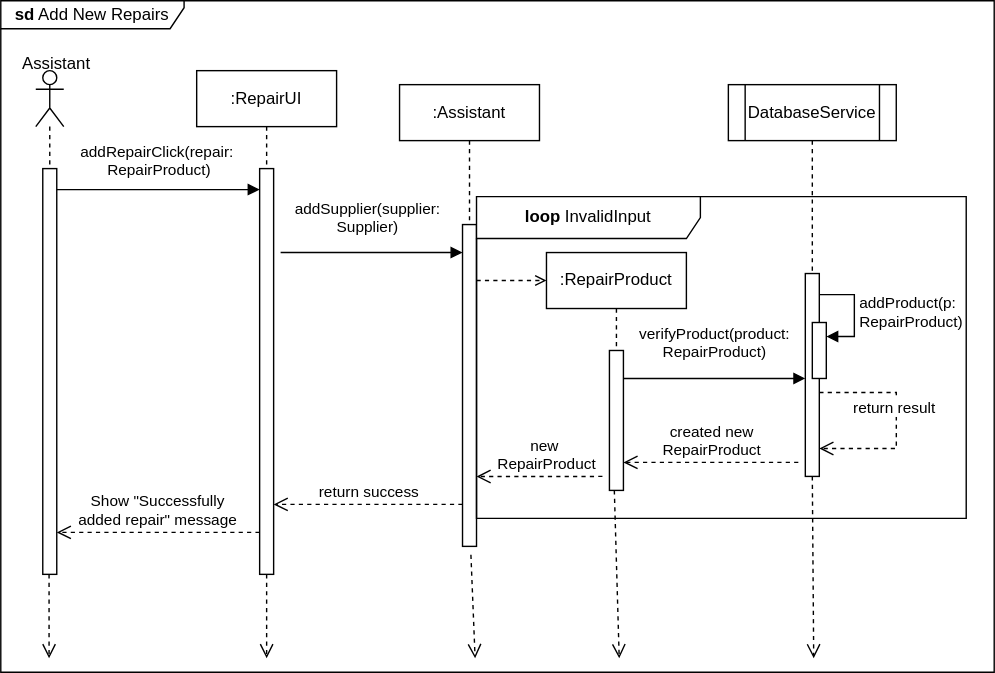
Before: Add New Repairs.svg, a diagram exported from draw.io (Simamkele88/IFM3_GP). Source tidied: cells renumbered, new cells last; positions are measured from the earlier drawing's top-left corner, leaving out a move shared by most shapes.
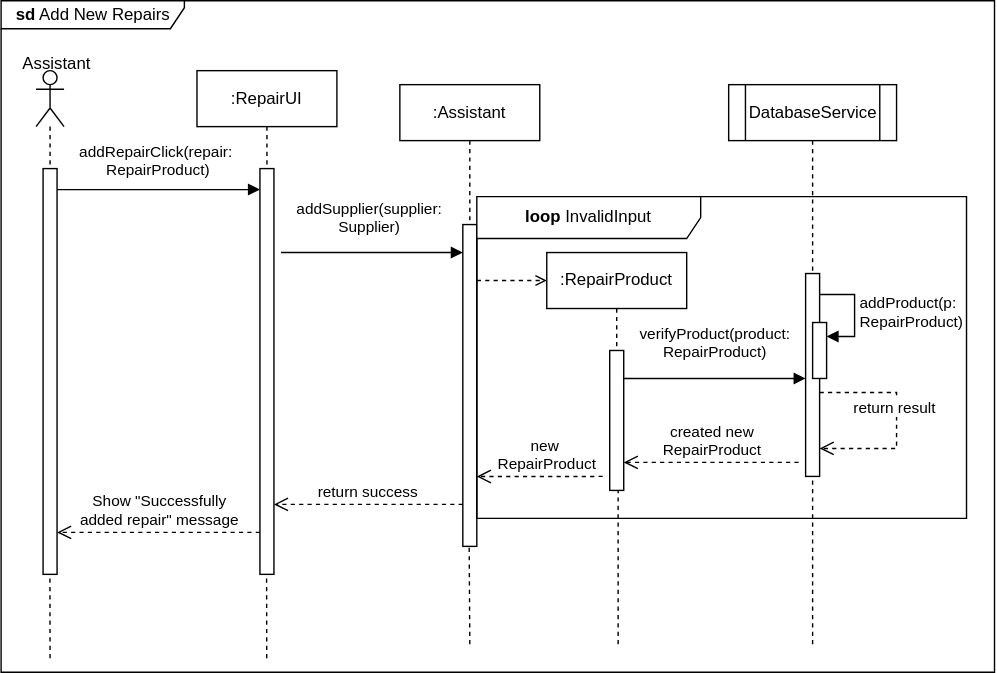
The same file after the commit.

What changed in the source:
```diff
@@ -39,16 +39,6 @@
     <mxCell id="12" style="html=1;verticalAlign=bottom;endArrow=none;dashed=1;endSize=8;curved=0;rounded=0;startFill=0;exitX=0.5;exitY=1;exitDx=0;exitDy=0;" parent="1" edge="1" source="10" target="11">
       <mxGeometry relative="1" as="geometry" />
     </mxCell>
-    <mxCell id="13" style="html=1;verticalAlign=bottom;endArrow=open;dashed=1;endSize=8;curved=0;rounded=0;" parent="1" edge="1" source="5">
-      <mxGeometry relative="1" as="geometry">
-        <mxPoint x="190" y="470" as="targetPoint" />
-      </mxGeometry>
-    </mxCell>
-    <mxCell id="14" style="html=1;verticalAlign=bottom;endArrow=open;dashed=1;endSize=8;curved=0;rounded=0;exitX=0.6;exitY=1.026;exitDx=0;exitDy=0;exitPerimeter=0;" parent="1" edge="1" source="9">
-      <mxGeometry relative="1" as="geometry">
-        <mxPoint x="339" y="470" as="targetPoint" />
-      </mxGeometry>
-    </mxCell>
     <mxCell id="15" value="return result&amp;nbsp;" style="html=1;verticalAlign=bottom;endArrow=open;dashed=1;endSize=8;rounded=0;edgeStyle=orthogonalEdgeStyle;" parent="1" edge="1" source="11" target="11">
       <mxGeometry relative="1" as="geometry">
         <Array as="points">
@@ -68,17 +58,17 @@
         <mxPoint x="230" y="190" as="sourcePoint" />
       </mxGeometry>
     </mxCell>
-    <mxCell id="19" style="html=1;verticalAlign=bottom;endArrow=open;dashed=1;endSize=8;curved=0;rounded=0;exitX=0.6;exitY=1.026;exitDx=0;exitDy=0;exitPerimeter=0;" parent="17" edge="1">
-      <mxGeometry relative="1" as="geometry">
-        <mxPoint x="240" y="200" as="sourcePoint" />
-        <mxPoint x="241" y="330" as="targetPoint" />
-      </mxGeometry>
-    </mxCell>
     <mxCell id="20" value="new&amp;nbsp;&lt;div&gt;RepairProduct&lt;/div&gt;" style="html=1;verticalAlign=bottom;endArrow=open;dashed=1;endSize=8;curved=0;rounded=0;entryX=0;entryY=0.87;entryDx=0;entryDy=0;entryPerimeter=0;" parent="17" edge="1" target="17">
       <mxGeometry x="-0.11" relative="1" as="geometry">
         <mxPoint x="90" y="200" as="sourcePoint" />
       </mxGeometry>
     </mxCell>
+    <mxCell id="32" style="endArrow=none;dashed=1;html=1;rounded=0;" parent="17" edge="1">
+      <mxGeometry relative="1" as="geometry">
+        <mxPoint x="101" y="320" as="sourcePoint" />
+        <mxPoint x="101" y="210" as="targetPoint" />
+      </mxGeometry>
+    </mxCell>
     <mxCell id="21" value="return success" style="html=1;verticalAlign=bottom;endArrow=open;dashed=1;endSize=8;curved=0;rounded=0;" parent="1" edge="1">
       <mxGeometry relative="1" as="geometry">
         <mxPoint x="330" y="360" as="sourcePoint" />
@@ -126,17 +116,29 @@
         <mxPoint x="445" y="270" as="sourcePoint" />
       </mxGeometry>
     </mxCell>
-    <mxCell id="30" style="html=1;verticalAlign=bottom;endArrow=open;dashed=1;endSize=8;curved=0;rounded=0;exitX=0.6;exitY=1.026;exitDx=0;exitDy=0;exitPerimeter=0;" parent="1" edge="1">
-      <mxGeometry relative="1" as="geometry">
-        <mxPoint x="438.5" y="350" as="sourcePoint" />
-        <mxPoint x="442" y="470" as="targetPoint" />
-      </mxGeometry>
-    </mxCell>
-    <mxCell id="31" style="html=1;verticalAlign=bottom;endArrow=open;dashed=1;endSize=8;curved=0;rounded=0;" parent="1" edge="1">
-      <mxGeometry relative="1" as="geometry">
-        <mxPoint x="34.5" y="410" as="sourcePoint" />
-        <mxPoint x="34.5" y="470" as="targetPoint" />
-      </mxGeometry>
-    </mxCell>
+    <mxCell id="33" style="endArrow=none;dashed=1;html=1;rounded=0;" parent="1" edge="1">
+      <mxGeometry relative="1" as="geometry">
+        <mxPoint x="35" y="470" as="sourcePoint" />
+        <mxPoint x="34.9" y="410" as="targetPoint" />
+      </mxGeometry>
+    </mxCell>
+    <mxCell id="34" style="endArrow=none;dashed=1;html=1;rounded=0;" parent="1" edge="1">
+      <mxGeometry relative="1" as="geometry">
+        <mxPoint x="189.9" y="470" as="sourcePoint" />
+        <mxPoint x="189.8" y="410" as="targetPoint" />
+      </mxGeometry>
+    </mxCell>
+    <mxCell id="35" style="endArrow=none;dashed=1;html=1;rounded=0;" parent="1" edge="1">
+      <mxGeometry relative="1" as="geometry">
+        <mxPoint x="335" y="460" as="sourcePoint" />
+        <mxPoint x="334.5" y="390" as="targetPoint" />
+      </mxGeometry>
+    </mxCell>
+    <mxCell id="36" style="endArrow=none;dashed=1;html=1;rounded=0;" parent="1" edge="1">
+      <mxGeometry relative="1" as="geometry">
+        <mxPoint x="580" y="460" as="sourcePoint" />
+        <mxPoint x="580" y="340" as="targetPoint" />
+      </mxGeometry>
+    </mxCell>
   </root>
 </mxGraphModel>
```
